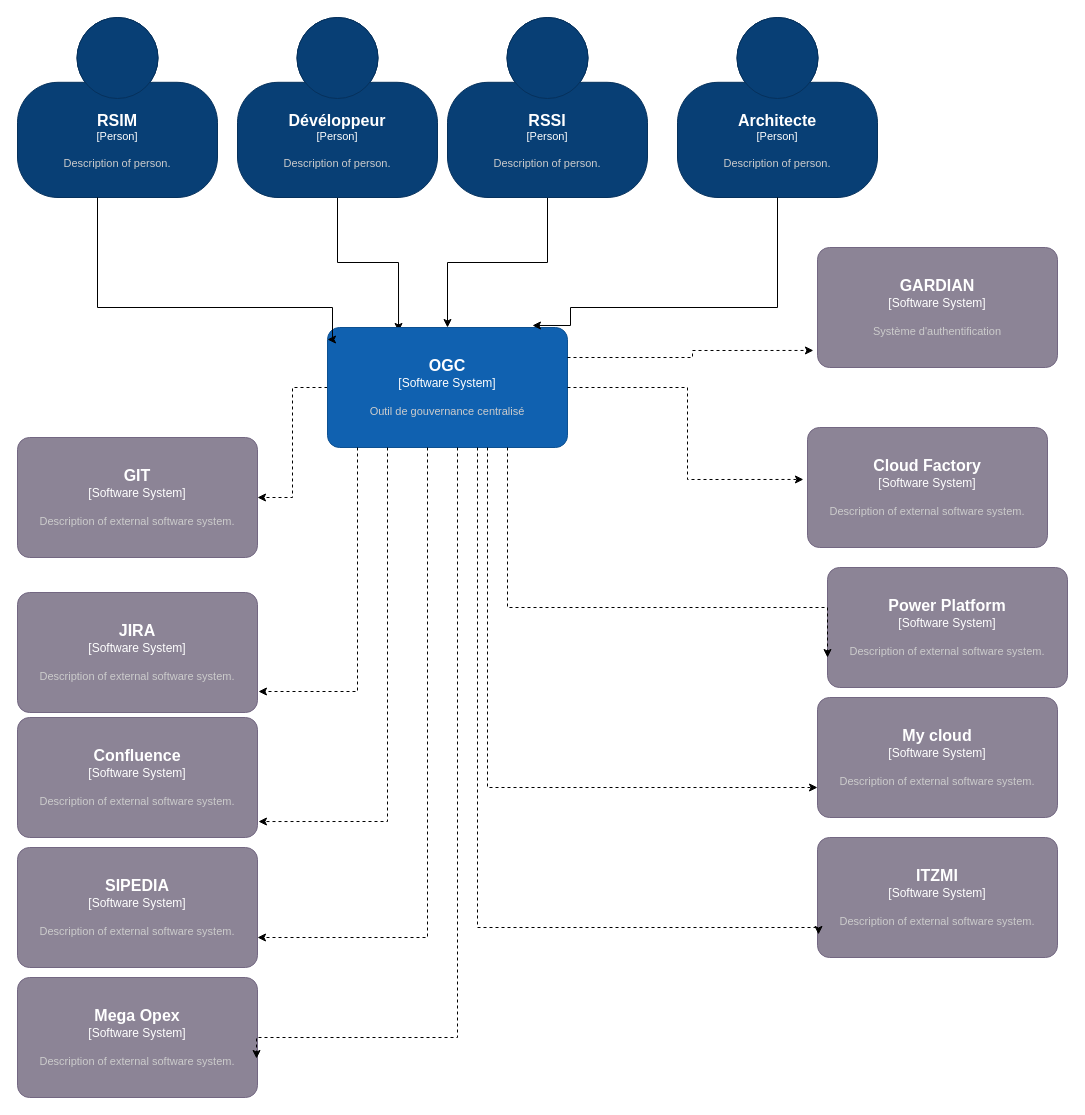
Before: page "context" (2 of 3) of containers-diagram.drawio in marwaSahli/c4-diagrams, a draw.io diagram. Source tidied: cells renumbered, new cells numbered last; positions are measured from the earlier drawing's top-left corner, leaving out a move shared by most shapes. Both pictures are drawn from the tidied source at 100%, with x=0, y=0 at pixel (17, 17).
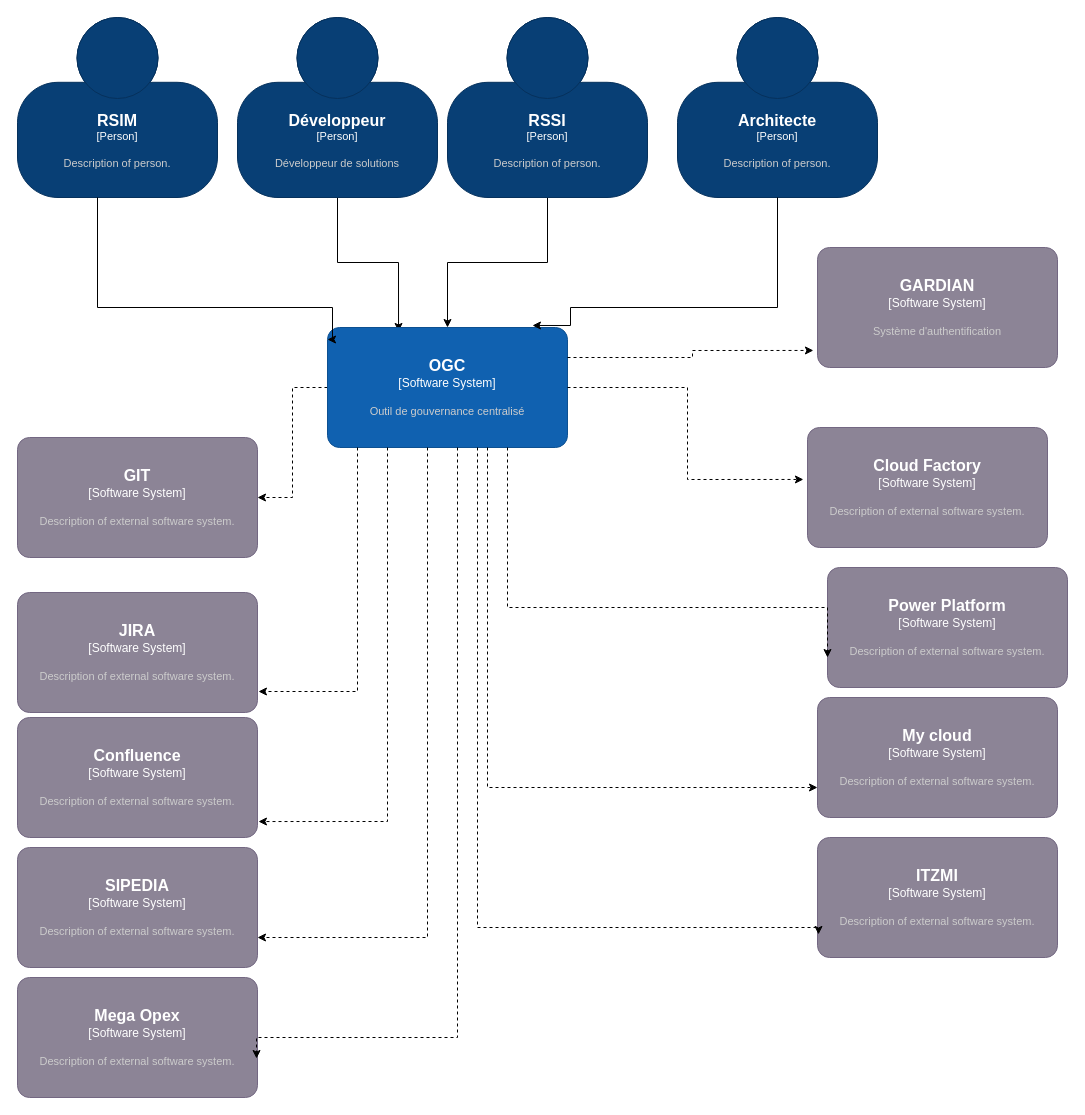
After the change.

Change to the diagram source:
```diff
@@
-    <object id="4" label="&lt;font style=&quot;font-size: 16px&quot;&gt;&lt;b&gt;%c4Name%&lt;/b&gt;&lt;/font&gt;&lt;div&gt;[%c4Type%]&lt;/div&gt;&lt;br&gt;&lt;div&gt;&lt;font style=&quot;font-size: 11px&quot;&gt;&lt;font color=&quot;#cccccc&quot;&gt;%c4Description%&lt;/font&gt;&lt;/div&gt;" c4Description="Description of person." c4Name="Dévéloppeur" c4Type="Person" placeholders="1">
+    <object id="4" label="&lt;font style=&quot;font-size: 16px&quot;&gt;&lt;b&gt;%c4Name%&lt;/b&gt;&lt;/font&gt;&lt;div&gt;[%c4Type%]&lt;/div&gt;&lt;br&gt;&lt;div&gt;&lt;font style=&quot;font-size: 11px&quot;&gt;&lt;font color=&quot;#cccccc&quot;&gt;%c4Description%&lt;/font&gt;&lt;/div&gt;" c4Description="Développeur de solutions" c4Name="Développeur" c4Type="Person" placeholders="1">
       <mxCell style="html=1;fontSize=11;dashed=0;whiteSpace=wrap;fillColor=#083F75;strokeColor=#06315C;fontColor=#ffffff;shape=mxgraph.c4.person2;align=center;points=[[0.5,0,0],[1,0.5,0],[1,0.75,0],[0.75,1,0],[0.5,1,0],[0.25,1,0],[0,0.75,0],[0,0.5,0]];" parent="1" vertex="1">
         <mxGeometry x="220" width="200" height="180" as="geometry" />
       </mxCell>
     </object>
```
